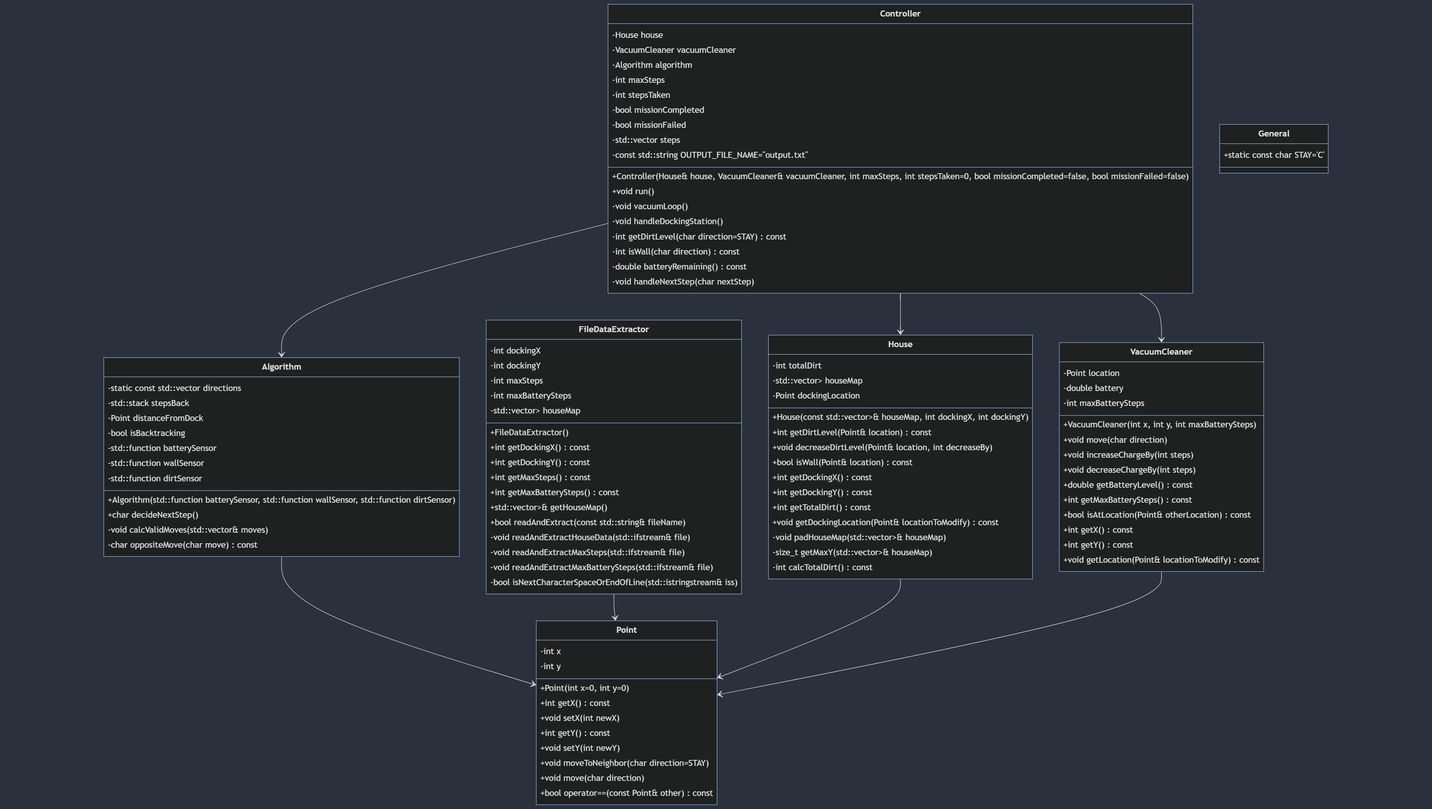
AmitRockBear/Advanced_Topics_In_Programming_hw1 keeps this Mermaid diagram as mermaid/classDiagram.png. Above is the earlier version. Its source is kept beside it as mermaid/classDiagram.mmd. The source it was exported from:
```mermaid
classDiagram
    class Algorithm {
        +Algorithm(std::function<double()> batterySensor, std::function<bool(char)> wallSensor, std::function<int(char)> dirtSensor)
        +char decideNextStep()
        -void calcValidMoves(std::vector<char>& moves)
        -char oppositeMove(char move) const
        -static const std::vector<char> directions
        -std::stack<char> stepsBack
        -Point distanceFromDock
        -bool isBacktracking
        -std::function<double> batterySensor
        -std::function<bool,char> wallSensor
        -std::function<int,char> dirtSensor
    }

    class Controller {
        +Controller(House& house, VacuumCleaner& vacuumCleaner, int maxSteps, int stepsTaken=0, bool missionCompleted=false, bool missionFailed=false)
        +void run()
        -void vacuumLoop()
        -void handleDockingStation()
        -int getDirtLevel(char direction=STAY) const
        -int isWall(char direction) const
        -double batteryRemaining() const
        -void handleNextStep(char nextStep)
        -House house
        -VacuumCleaner vacuumCleaner
        -Algorithm algorithm
        -int maxSteps
        -int stepsTaken
        -bool missionCompleted
        -bool missionFailed
        -std::vector<char> steps
        -const std::string OUTPUT_FILE_NAME="output.txt"
    }

    class FileDataExtractor {
        +FileDataExtractor()
        +int getDockingX() const
        +int getDockingY() const
        +int getMaxSteps() const
        +int getMaxBatterySteps() const
        +std::vector<std::vector<int>>& getHouseMap()
        +bool readAndExtract(const std::string& fileName)
        -void readAndExtractHouseData(std::ifstream& file)
        -void readAndExtractMaxSteps(std::ifstream& file)
        -void readAndExtractMaxBatterySteps(std::ifstream& file)
        -bool isNextCharacterSpaceOrEndOfLine(std::istringstream& iss)
        -int dockingX
        -int dockingY
        -int maxSteps
        -int maxBatterySteps
        -std::vector<std::vector<int>> houseMap
    }

    class General {
        +static const char STAY='C'
    }

    class House {
        +House(const std::vector<std::vector<int>>& houseMap, int dockingX, int dockingY)
        +int getDirtLevel(Point& location) const
        +void decreaseDirtLevel(Point& location, int decreaseBy)
        +bool isWall(Point& location) const
        +int getDockingX() const
        +int getDockingY() const
        +int getTotalDirt() const
        +void getDockingLocation(Point& locationToModify) const
        -void padHouseMap(std::vector<std::vector<int>>& houseMap)
        -size_t getMaxY(std::vector<std::vector<int>>& houseMap)
        -int totalDirt
        -int calcTotalDirt() const
        -std::vector<std::vector<int>> houseMap
        -Point dockingLocation
    }

    class Point {
        +Point(int x=0, int y=0)
        +int getX() const
        +void setX(int newX)
        +int getY() const
        +void setY(int newY)
        +void moveToNeighbor(char direction=STAY)
        +void move(char direction)
        +bool operator==(const Point& other) const
        -int x
        -int y
    }

    class VacuumCleaner {
        +VacuumCleaner(int x, int y, int maxBatterySteps)
        +void move(char direction)
        +void increaseChargeBy(int steps)
        +void decreaseChargeBy(int steps)
        +double getBatteryLevel() const
        +int getMaxBatterySteps() const
        +bool isAtLocation(Point& otherLocation) const
        +int getX() const
        +int getY() const
        +void setOtherLocation(Point& locationToModify) const
        -Point location
        -double battery
        -int maxBatterySteps
    }

    Algorithm --> Point
    Controller --> House
    Controller --> VacuumCleaner
    Controller --> Algorithm
    FileDataExtractor --> Point
    House --> Point
    VacuumCleaner --> Point
```
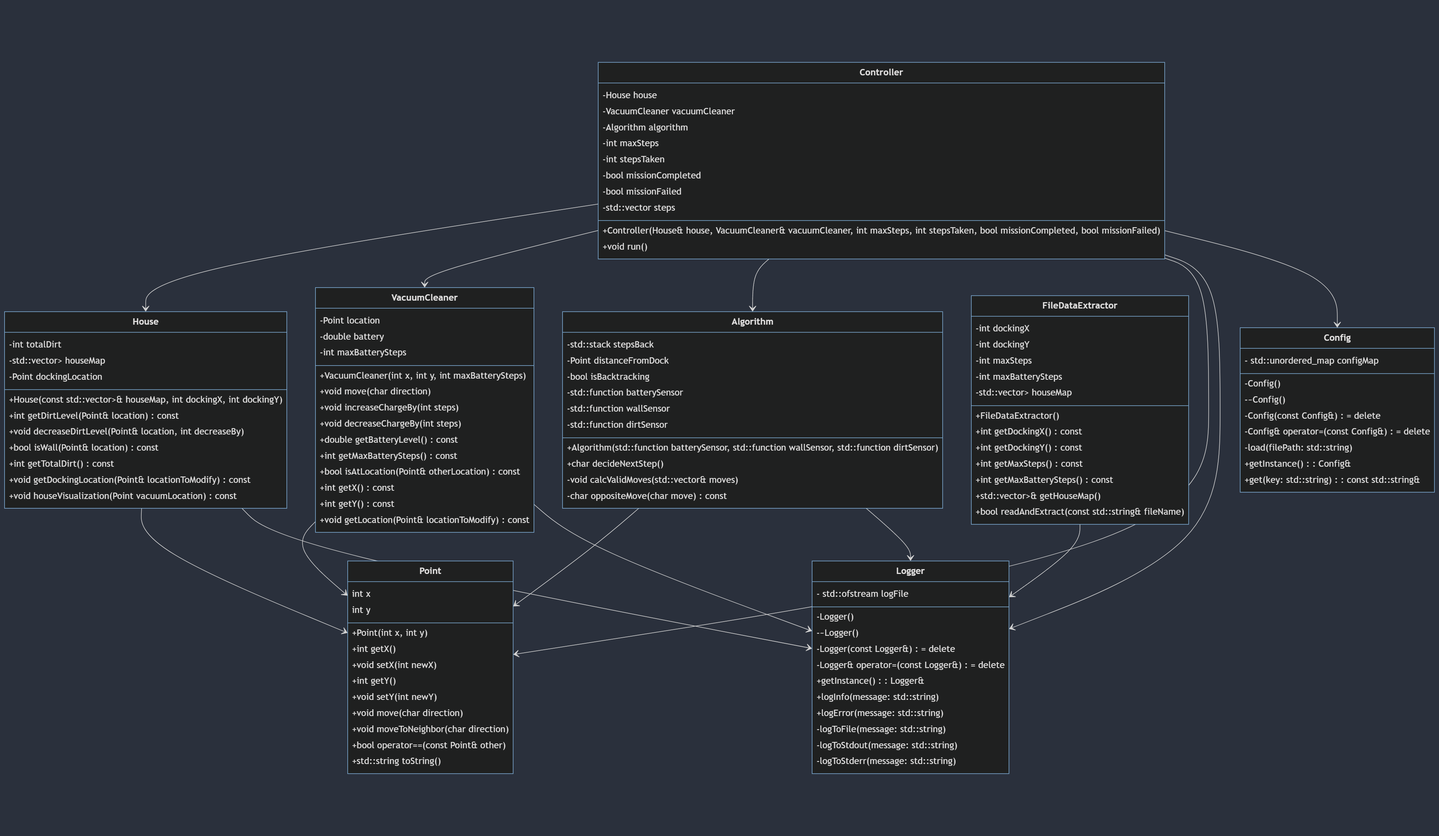
After the commit.

The edit, as a diff of the source:
```diff
@@ -4,7 +4,6 @@
         +char decideNextStep()
         -void calcValidMoves(std::vector<char>& moves)
         -char oppositeMove(char move) const
-        -static const std::vector<char> directions
         -std::stack<char> stepsBack
         -Point distanceFromDock
         -bool isBacktracking
@@ -13,80 +12,24 @@
         -std::function<int,char> dirtSensor
     }
 
-    class Controller {
-        +Controller(House& house, VacuumCleaner& vacuumCleaner, int maxSteps, int stepsTaken=0, bool missionCompleted=false, bool missionFailed=false)
-        +void run()
-        -void vacuumLoop()
-        -void handleDockingStation()
-        -int getDirtLevel(char direction=STAY) const
-        -int isWall(char direction) const
-        -double batteryRemaining() const
-        -void handleNextStep(char nextStep)
-        -House house
-        -VacuumCleaner vacuumCleaner
-        -Algorithm algorithm
-        -int maxSteps
-        -int stepsTaken
-        -bool missionCompleted
-        -bool missionFailed
-        -std::vector<char> steps
-        -const std::string OUTPUT_FILE_NAME="output.txt"
-    }
-
-    class FileDataExtractor {
-        +FileDataExtractor()
-        +int getDockingX() const
-        +int getDockingY() const
-        +int getMaxSteps() const
-        +int getMaxBatterySteps() const
-        +std::vector<std::vector<int>>& getHouseMap()
-        +bool readAndExtract(const std::string& fileName)
-        -void readAndExtractHouseData(std::ifstream& file)
-        -void readAndExtractMaxSteps(std::ifstream& file)
-        -void readAndExtractMaxBatterySteps(std::ifstream& file)
-        -bool isNextCharacterSpaceOrEndOfLine(std::istringstream& iss)
-        -int dockingX
-        -int dockingY
-        -int maxSteps
-        -int maxBatterySteps
-        -std::vector<std::vector<int>> houseMap
-    }
-
-    class General {
-        +static const char STAY='C'
-    }
-
-    class House {
-        +House(const std::vector<std::vector<int>>& houseMap, int dockingX, int dockingY)
-        +int getDirtLevel(Point& location) const
-        +void decreaseDirtLevel(Point& location, int decreaseBy)
-        +bool isWall(Point& location) const
-        +int getDockingX() const
-        +int getDockingY() const
-        +int getTotalDirt() const
-        +void getDockingLocation(Point& locationToModify) const
-        -void padHouseMap(std::vector<std::vector<int>>& houseMap)
-        -size_t getMaxY(std::vector<std::vector<int>>& houseMap)
-        -int totalDirt
-        -int calcTotalDirt() const
-        -std::vector<std::vector<int>> houseMap
-        -Point dockingLocation
-    }
-
     class Point {
-        +Point(int x=0, int y=0)
-        +int getX() const
+        int x
+        int y
+        +Point(int x, int y)
+        +int getX()
         +void setX(int newX)
-        +int getY() const
+        +int getY()
         +void setY(int newY)
-        +void moveToNeighbor(char direction=STAY)
         +void move(char direction)
-        +bool operator==(const Point& other) const
-        -int x
-        -int y
+        +void moveToNeighbor(char direction)
+        +bool operator==(const Point& other)
+        +std::string toString()
     }
 
     class VacuumCleaner {
+        -Point location
+        -double battery
+        -int maxBatterySteps
         +VacuumCleaner(int x, int y, int maxBatterySteps)
         +void move(char direction)
         +void increaseChargeBy(int steps)
@@ -96,16 +39,85 @@
         +bool isAtLocation(Point& otherLocation) const
         +int getX() const
         +int getY() const
-        +void setOtherLocation(Point& locationToModify) const
-        -Point location
-        -double battery
+        +void getLocation(Point& locationToModify) const
+    }
+
+    class House {
+        -int totalDirt
+        -std::vector<std::vector<int>> houseMap
+        -Point dockingLocation
+        +House(const std::vector<std::vector<int>>& houseMap, int dockingX, int dockingY)
+        +int getDirtLevel(Point& location) const
+        +void decreaseDirtLevel(Point& location, int decreaseBy)
+        +bool isWall(Point& location) const
+        +int getTotalDirt() const
+        +void getDockingLocation(Point& locationToModify) const
+        +void houseVisualization(Point vacuumLocation) const
+    }
+
+    class FileDataExtractor {
+        -int dockingX
+        -int dockingY
+        -int maxSteps
         -int maxBatterySteps
+        -std::vector<std::vector<int>> houseMap
+        +FileDataExtractor()
+        +int getDockingX() const
+        +int getDockingY() const
+        +int getMaxSteps() const
+        +int getMaxBatterySteps() const
+        +std::vector<std::vector<int>>& getHouseMap()
+        +bool readAndExtract(const std::string& fileName)
+    }
+
+    class Controller {
+        -House house
+        -VacuumCleaner vacuumCleaner
+        -Algorithm algorithm
+        -int maxSteps
+        -int stepsTaken
+        -bool missionCompleted
+        -bool missionFailed
+        -std::vector<char> steps
+        +Controller(House& house, VacuumCleaner& vacuumCleaner, int maxSteps, int stepsTaken, bool missionCompleted, bool missionFailed)
+        +void run()
+    }
+
+    class Logger {
+        - std::ofstream logFile
+        - Logger()
+        - ~Logger()
+        - Logger(const Logger&) = delete
+        - Logger& operator=(const Logger&) = delete
+        + getInstance(): Logger&
+        + logInfo(message: std::string)
+        + logError(message: std::string)
+        - logToFile(message: std::string)
+        - logToStdout(message: std::string)
+        - logToStderr(message: std::string)
+    }
+
+    class Config {
+        - std::unordered_map<std::string, std::string> configMap
+        - Config()
+        - ~Config()
+        - Config(const Config&) = delete
+        - Config& operator=(const Config&) = delete
+        - load(filePath: std::string)
+        + getInstance(): Config&
+        + get(key: std::string): const std::string&
     }
 
     Algorithm --> Point
+    Algorithm --> Logger
+    FileDataExtractor --> Logger
     Controller --> House
     Controller --> VacuumCleaner
     Controller --> Algorithm
-    FileDataExtractor --> Point
+    Controller --> Point
+    Controller --> Logger
+    Controller --> Config
     House --> Point
+    House --> Logger
     VacuumCleaner --> Point
+    VacuumCleaner --> Logger
```
